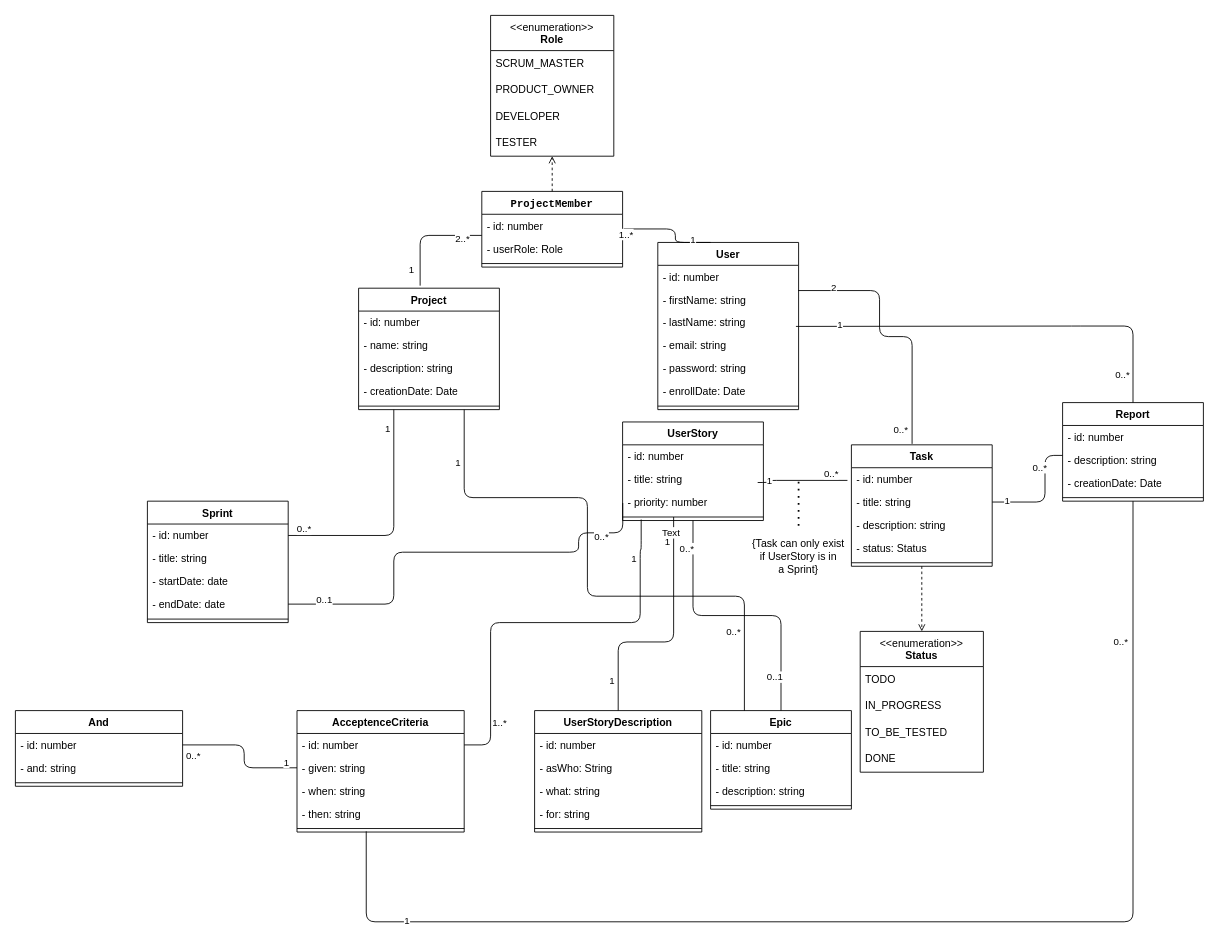
The draw.io diagram docs/classDiag.drawio in tawfiqAK17/SprintFlow, before the edit. Source tidied: cells renumbered, new cells numbered last; positions are measured from the earlier drawing's top-left corner, leaving out a move shared by most shapes. Both pictures are drawn from the tidied source at 88%, with x=0, y=0 at pixel (15, 15).
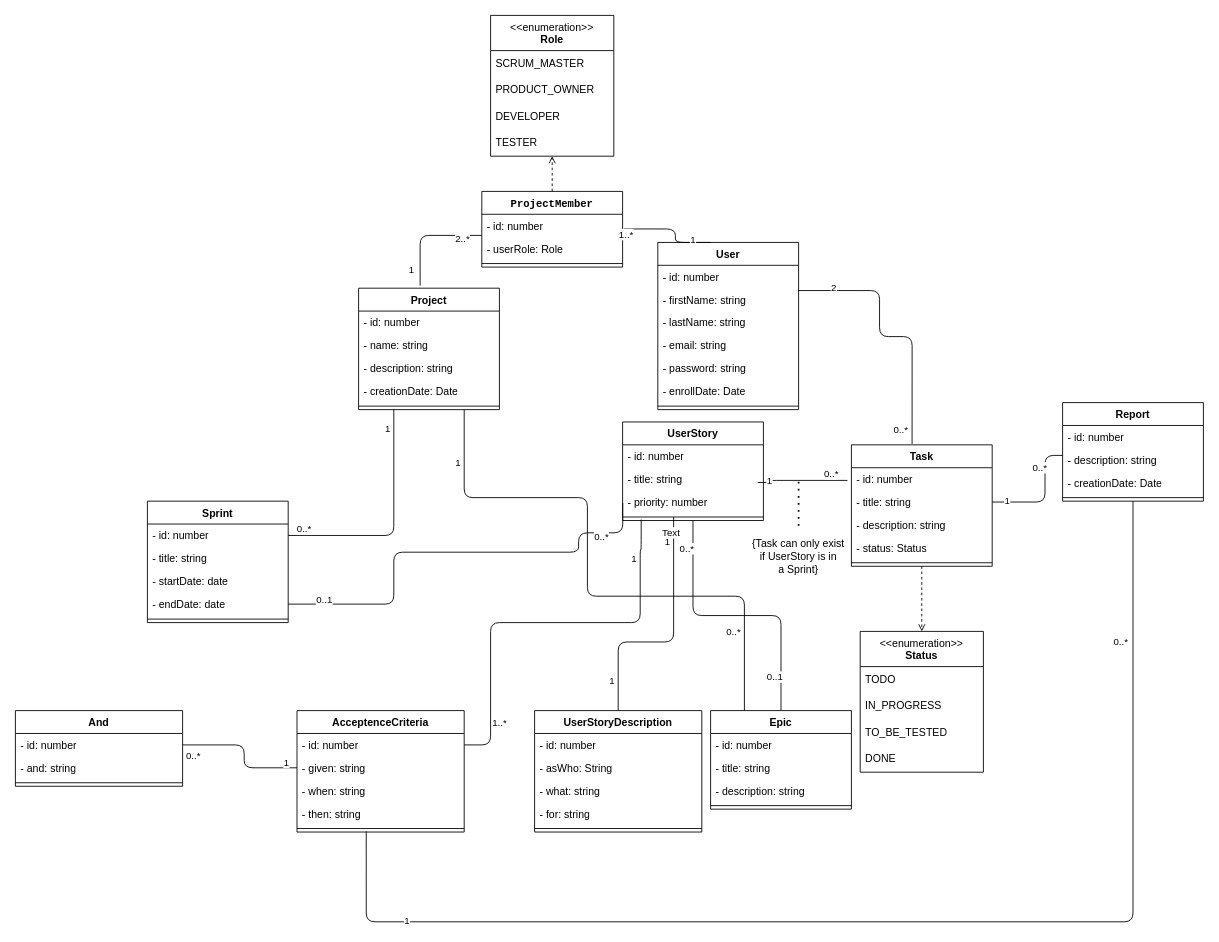
The same diagram, later.

The change refers to these unchanged cells:
```xml
<mxCell id="5" value="- lastName: string" style="text;strokeColor=none;fillColor=none;align=left;verticalAlign=top;spacingLeft=4;spacingRight=4;overflow=hidden;points=[[0,0.5],[1,0.5]];portConstraint=eastwest;whiteSpace=wrap;html=1;" parent="2" vertex="1">
  <mxGeometry y="78" width="160" height="26" as="geometry" />
</mxCell>
<mxCell id="105" value="Report" style="swimlane;fontStyle=1;align=center;verticalAlign=top;horizontal=1;startSize=26;whiteSpace=wrap;html=1;" parent="1" vertex="1">
  <mxGeometry x="1190" y="440" width="160" height="112" as="geometry" />
</mxCell>
```

What changed in the source:
```diff
@@
-    <mxCell id="110" style="endArrow=none;html=1;endSize=12;startArrow=none;startSize=14;startFill=0;edgeStyle=orthogonalEdgeStyle;entryX=0.981;entryY=0.67;entryDx=0;entryDy=0;entryPerimeter=0;exitX=0.5;exitY=0;exitDx=0;exitDy=0;" parent="1" edge="1" source="105" target="5">
-      <mxGeometry relative="1" as="geometry">
-        <Array as="points">
-          <mxPoint x="1210" y="353" />
-          <mxPoint x="1132" y="353" />
-        </Array>
-      </mxGeometry>
-    </mxCell>
-    <mxCell id="111" value="0..*" style="edgeLabel;html=1;align=center;verticalAlign=middle;" parent="110" vertex="1">
-      <mxGeometry x="-0.8" y="-1" relative="1" as="geometry">
-        <mxPoint x="-14" y="14" as="offset" />
-      </mxGeometry>
-    </mxCell>
-    <mxCell id="112" value="1" style="edgeLabel;html=1;align=center;verticalAlign=middle;" parent="110" vertex="1">
-      <mxGeometry x="0.8" y="-1" relative="1" as="geometry">
-        <mxPoint x="3" y="-1" as="offset" />
-      </mxGeometry>
-    </mxCell>
```
